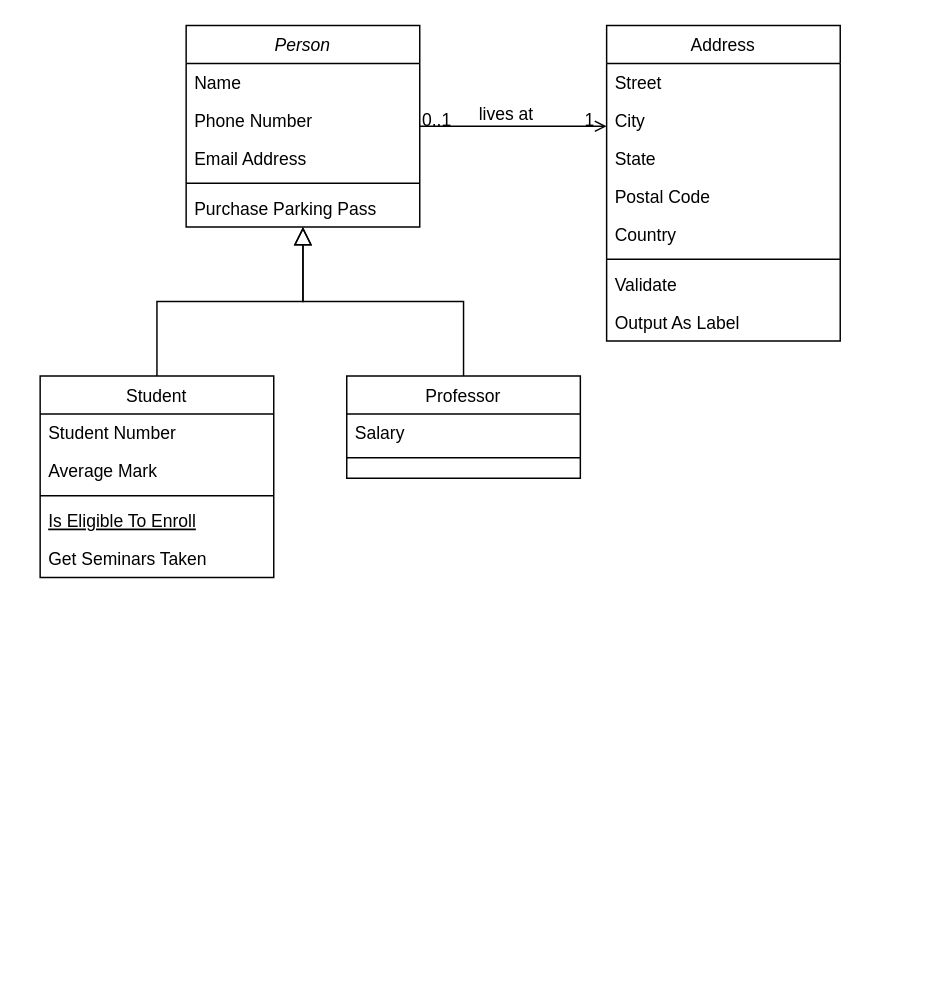
The draw.io diagram COMP5348_Assignnment1.drawio in Hu1999824/hello-world, before the edit. Source tidied: cells renumbered, new cells numbered last; positions are measured from the earlier drawing's top-left corner, leaving out a move shared by most shapes. Both pictures are drawn from the tidied source at 146%, with x=0, y=0 at pixel (39, 25).
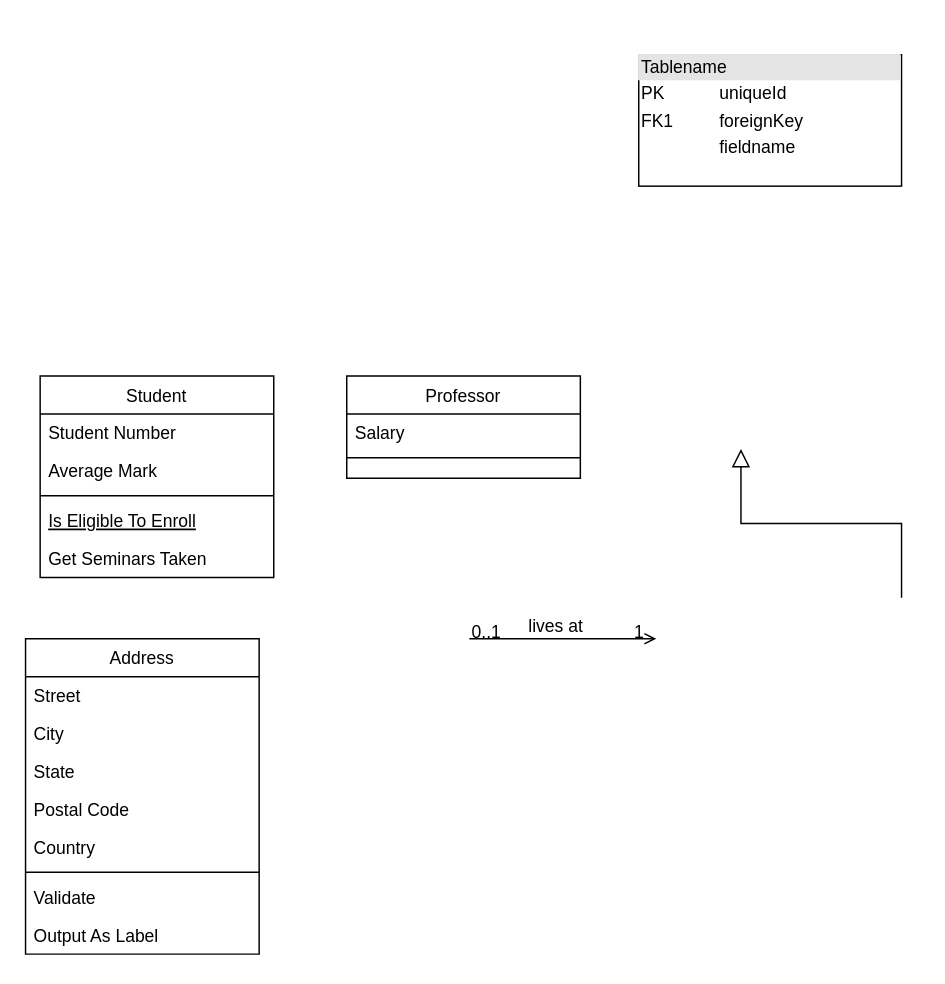
Above is the later version.

The change refers to these unchanged cells:
```xml
<mxCell id="8" value="Student" style="swimlane;fontStyle=0;align=center;verticalAlign=top;horizontal=1;startSize=26;rounded=0;shadow=0;strokeWidth=1;" parent="1" vertex="1">
  <mxGeometry y="240" width="160" height="138" as="geometry" />
</mxCell>
<mxCell id="15" value="Professor" style="swimlane;fontStyle=0;align=center;verticalAlign=top;horizontal=1;startSize=26;rounded=0;shadow=0;strokeWidth=1;" parent="1" vertex="1">
  <mxGeometry x="210" y="240" width="160" height="70" as="geometry" />
</mxCell>
```

Change to the diagram source:
```diff
@@
-    <mxCell id="2" value="Person" style="swimlane;fontStyle=2;align=center;verticalAlign=top;horizontal=1;startSize=26;rounded=0;shadow=0;strokeWidth=1;" parent="1" vertex="1">
-      <mxGeometry x="100" width="160" height="138" as="geometry" />
-    </mxCell>
-    <mxCell id="3" value="Name" style="text;align=left;verticalAlign=top;spacingLeft=4;spacingRight=4;overflow=hidden;" parent="2" vertex="1">
-      <mxGeometry y="26" width="160" height="26" as="geometry" />
-    </mxCell>
-    <mxCell id="4" value="Phone Number" style="text;align=left;verticalAlign=top;spacingLeft=4;spacingRight=4;overflow=hidden;rounded=0;shadow=0;html=0;" parent="2" vertex="1">
-      <mxGeometry y="52" width="160" height="26" as="geometry" />
-    </mxCell>
-    <mxCell id="5" value="Email Address" style="text;align=left;verticalAlign=top;spacingLeft=4;spacingRight=4;overflow=hidden;rounded=0;shadow=0;html=0;" parent="2" vertex="1">
-      <mxGeometry y="78" width="160" height="26" as="geometry" />
-    </mxCell>
-    <mxCell id="6" style="line;html=1;strokeWidth=1;align=left;verticalAlign=middle;spacingTop=-1;spacingLeft=3;spacingRight=3;labelPosition=right;" parent="2" vertex="1">
-      <mxGeometry y="104" width="160" height="8" as="geometry" />
-    </mxCell>
-    <mxCell id="7" value="Purchase Parking Pass" style="text;align=left;verticalAlign=top;spacingLeft=4;spacingRight=4;overflow=hidden;" parent="2" vertex="1">
-      <mxGeometry y="112" width="160" height="26" as="geometry" />
-    </mxCell>
@@
-    <mxCell id="14" style="endArrow=block;endSize=10;endFill=0;shadow=0;strokeWidth=1;rounded=0;curved=0;edgeStyle=elbowEdgeStyle;elbow=vertical;" parent="1" edge="1" source="8" target="2">
-      <mxGeometry relative="1" as="geometry" />
-    </mxCell>
@@
-    <mxCell id="18" style="endArrow=block;endSize=10;endFill=0;shadow=0;strokeWidth=1;rounded=0;curved=0;edgeStyle=elbowEdgeStyle;elbow=vertical;" parent="1" edge="1" source="15" target="2">
-      <mxGeometry relative="1" as="geometry" />
-    </mxCell>
     <mxCell id="19" value="Address" style="swimlane;fontStyle=0;align=center;verticalAlign=top;horizontal=1;startSize=26;rounded=0;shadow=0;strokeWidth=1;" parent="1" vertex="1">
-      <mxGeometry x="388" width="160" height="216" as="geometry" />
+      <mxGeometry x="-10" y="420" width="160" height="216" as="geometry" />
     </mxCell>
@@
-    <mxCell id="28" style="endArrow=open;shadow=0;strokeWidth=1;rounded=0;curved=0;endFill=1;edgeStyle=elbowEdgeStyle;elbow=vertical;" parent="1" edge="1" source="2" target="19">
+    <mxCell id="28" style="endArrow=open;shadow=0;strokeWidth=1;rounded=0;curved=0;endFill=1;edgeStyle=elbowEdgeStyle;elbow=vertical;" parent="1" edge="1">
       <mxGeometry x="0.5" y="41" relative="1" as="geometry">
+        <mxPoint x="294" y="420" as="sourcePoint" />
+        <mxPoint x="422" y="420" as="targetPoint" />
         <mxPoint x="-40" y="32" as="offset" />
       </mxGeometry>
     </mxCell>
@@
+    <mxCell id="32" style="endArrow=block;endSize=10;endFill=0;shadow=0;strokeWidth=1;rounded=0;curved=0;edgeStyle=elbowEdgeStyle;elbow=vertical;" parent="1" edge="1">
+      <mxGeometry relative="1" as="geometry">
+        <mxPoint x="590" y="392" as="sourcePoint" />
+        <mxPoint x="480" y="290" as="targetPoint" />
+      </mxGeometry>
+    </mxCell>
+    <mxCell id="33" value="&lt;div style=&quot;box-sizing:border-box;width:100%;background:#e4e4e4;padding:2px;&quot;&gt;Tablename&lt;/div&gt;&lt;table style=&quot;width:100%;font-size:1em;&quot; cellpadding=&quot;2&quot; cellspacing=&quot;0&quot;&gt;&lt;tr&gt;&lt;td&gt;PK&lt;/td&gt;&lt;td&gt;uniqueId&lt;/td&gt;&lt;/tr&gt;&lt;tr&gt;&lt;td&gt;FK1&lt;/td&gt;&lt;td&gt;foreignKey&lt;/td&gt;&lt;/tr&gt;&lt;tr&gt;&lt;td&gt;&lt;/td&gt;&lt;td&gt;fieldname&lt;/td&gt;&lt;/tr&gt;&lt;/table&gt;" style="verticalAlign=top;align=left;overflow=fill;html=1;whiteSpace=wrap;" parent="1" vertex="1">
+      <mxGeometry x="410" y="20" width="180" height="90" as="geometry" />
+    </mxCell>
```
